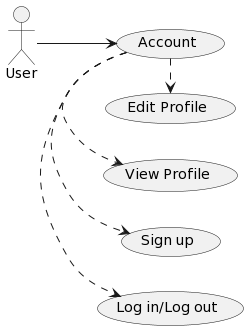
This is Lab1/Lab1_2/UseCaseDiagram/Account.png from PhuocTri0106and1608/SE357-Pratice-class, a PlantUML export, as it was before one commit. The source it was exported from:
```plantuml
@startuml
left to right direction
:User: --> (a)
"Account" as (a)
(a) .> (Log in/Log out)
(a) .> (Sign up)
(a) .> (View Profile)
(a) .> (Edit Profile)
@enduml
```
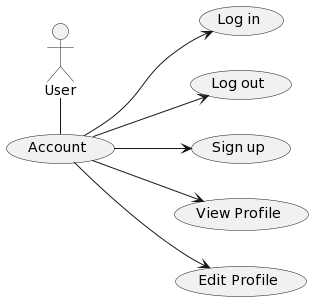
Above is the later version.

Diff of the diagram source:
```diff
@@ -1,9 +1,10 @@
 @startuml
 left to right direction
-:User: --> (a)
-"Account" as (a)
-(a) .> (Log in/Log out)
-(a) .> (Sign up)
-(a) .> (View Profile)
-(a) .> (Edit Profile)
+    :User: - (a)
+    "Account" as (a)
+    (a) --> (Log in)
+(a) --> (Log out)
+    (a) --> (Sign up)
+    (a) --> (View Profile)
+    (a) --> (Edit Profile)
 @enduml
```
